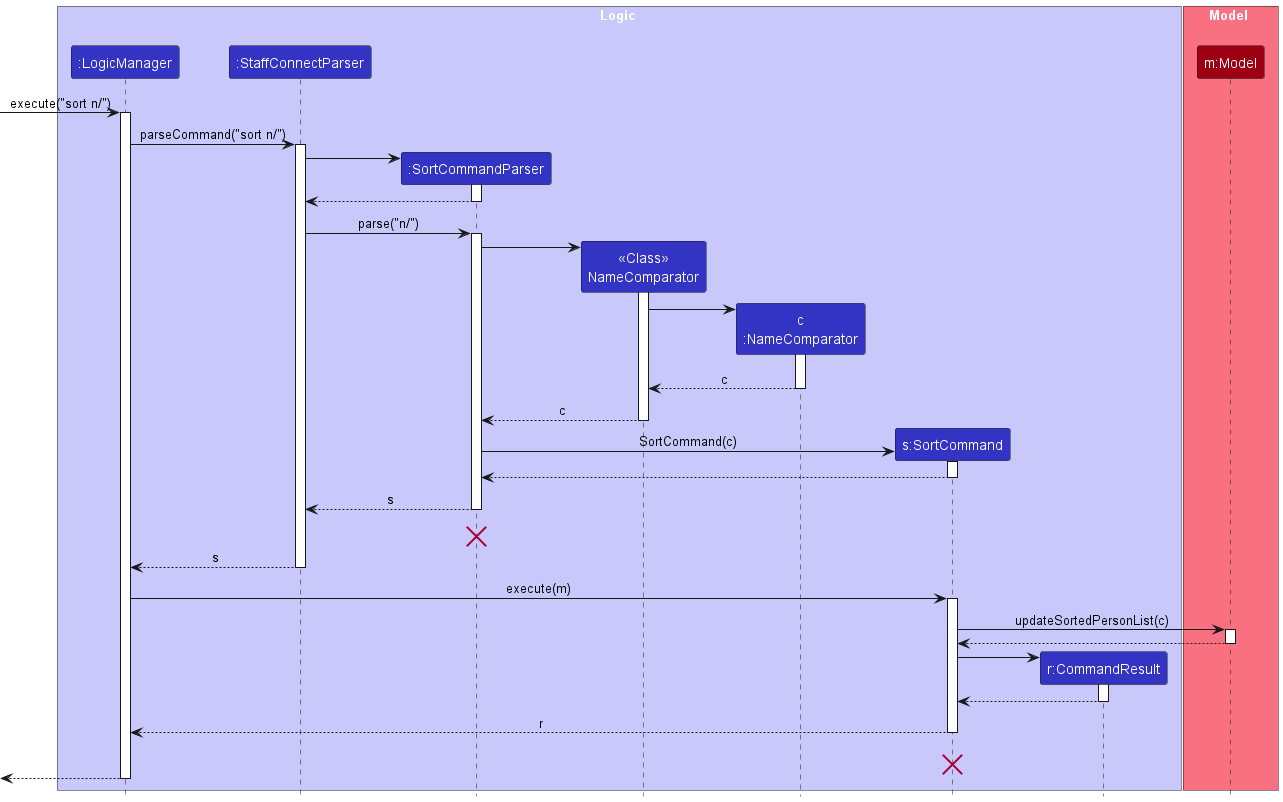
whitesnowx/tp keeps this PlantUML diagram as docs/images/SortSequenceDiagram.png. Above is the earlier version.
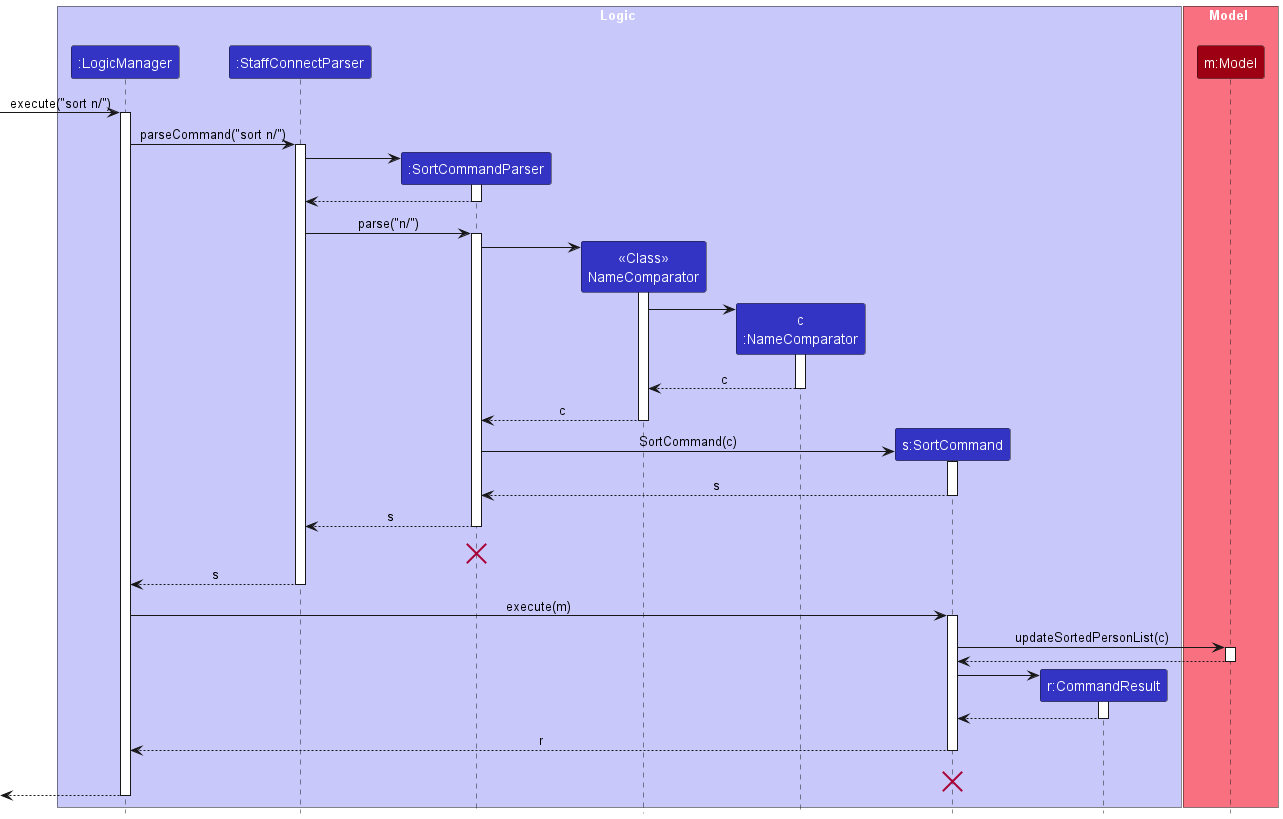
Later version of the same file.

Commit message:
missing return object

The edit, as a diff of the source:
```diff
@@ -50,7 +50,7 @@
 SortCommandParser -> SortCommand : SortCommand(c)
 activate SortCommand
 
-SortCommand --> SortCommandParser
+SortCommand --> SortCommandParser : s
 deactivate SortCommand
 
 SortCommandParser --> StaffConnectParser  : s
```
